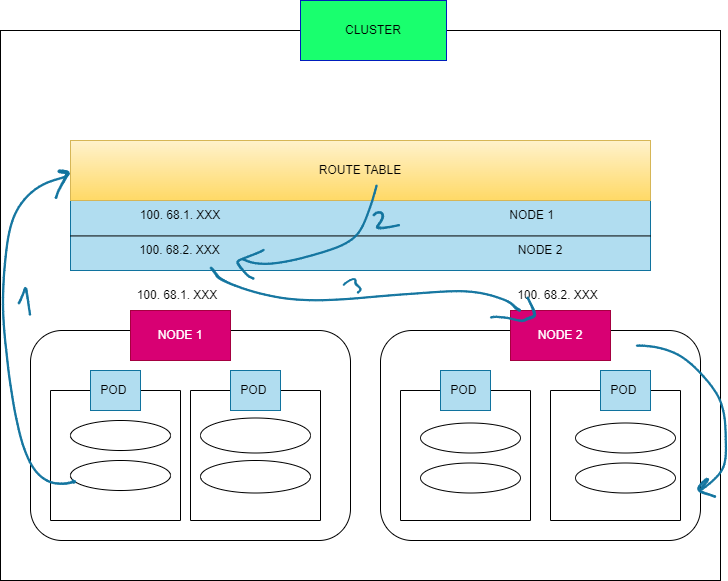
Earlier version of the draw.io export Page_images/P2p _different_node.png (dikshita-git/RP_Study-on-Ingress-and-its-security-IPv4-IPv6-). Source tidied: cells renumbered, new cells last; positions are measured from the earlier drawing's top-left corner, leaving out a move shared by most shapes.
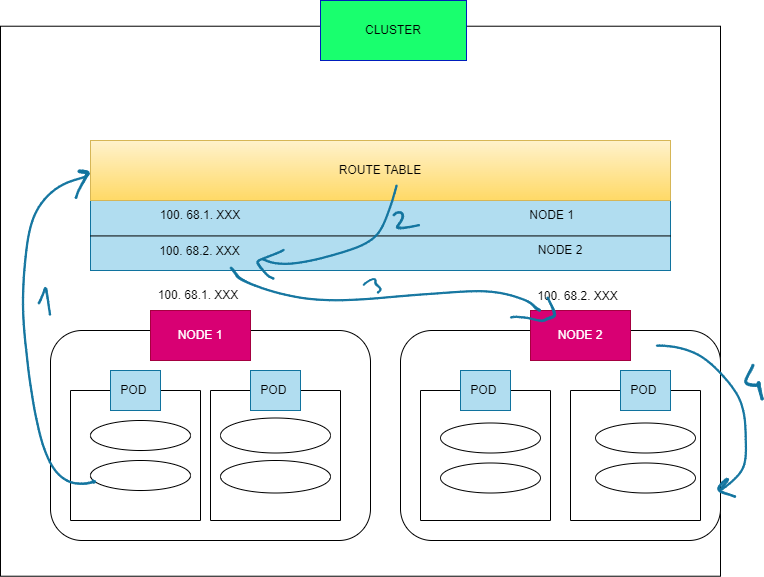
The same file after the commit.

Diff of the diagram source:
```diff
@@ -3,7 +3,7 @@
     <mxCell id="0" />
     <mxCell id="1" parent="0" />
     <mxCell id="2" style="rounded=0;whiteSpace=wrap;html=1;" parent="1" vertex="1">
-      <mxGeometry y="30" width="720" height="550" as="geometry" />
+      <mxGeometry x="-20" y="25.7" width="720" height="550" as="geometry" />
     </mxCell>
     <mxCell id="3" value="&lt;font color=&quot;#000000&quot;&gt;CLUSTER&lt;/font&gt;" style="text;html=1;strokeColor=#001DBC;fillColor=#19FF6E;align=center;verticalAlign=middle;whiteSpace=wrap;rounded=0;fontColor=#ffffff;" parent="1" vertex="1">
       <mxGeometry x="300" width="146" height="60" as="geometry" />
@@ -134,5 +134,8 @@
     <mxCell id="43" style="shape=(stored shape, 1040 characters);lineShape=1;rounded=1;fontFamily=Helvetica;fontSize=12;fontColor=default;strokeColor=#10739e;fillColor=#b1ddf0;html=1;" parent="1" vertex="1">
       <mxGeometry x="342.6" y="278.2" width="17.9" height="14.4" as="geometry" />
     </mxCell>
+    <mxCell id="44" style="shape=(stored shape, 1192 characters);lineShape=1;rounded=1;fontFamily=Helvetica;fontSize=12;fontColor=default;strokeColor=#10739e;fillColor=#b1ddf0;html=1;" parent="1" vertex="1">
+      <mxGeometry x="724.3" y="363.8" width="18.5" height="35.6" as="geometry" />
+    </mxCell>
   </root>
 </mxGraphModel>
```
